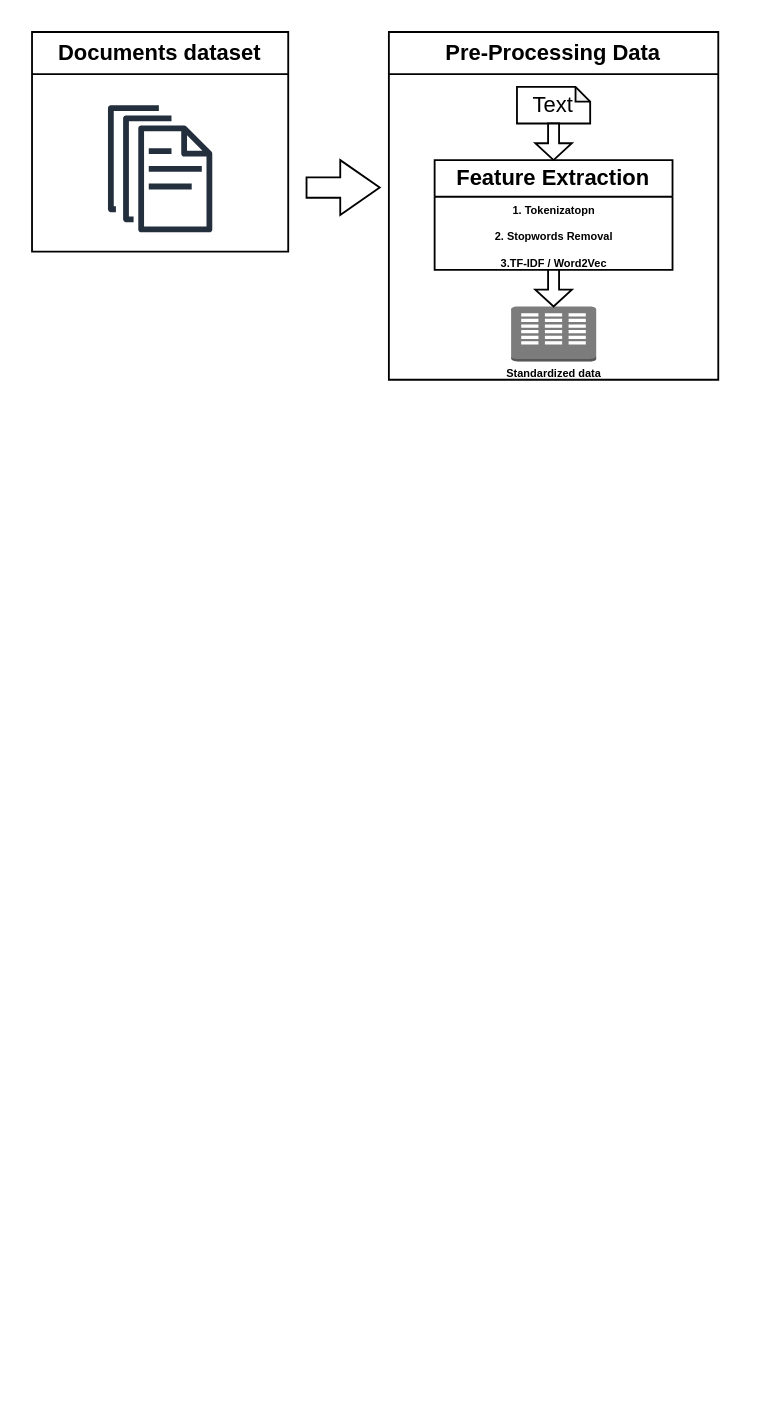
Before: Untitled Diagram.drawio in vikramhankare/Covac, a draw.io diagram. Source tidied: cells renumbered, new cells numbered last; positions are measured from the earlier drawing's top-left corner, leaving out a move shared by most shapes. Both pictures are drawn from the tidied source at 183%, with x=0, y=0 at pixel (31, 31).
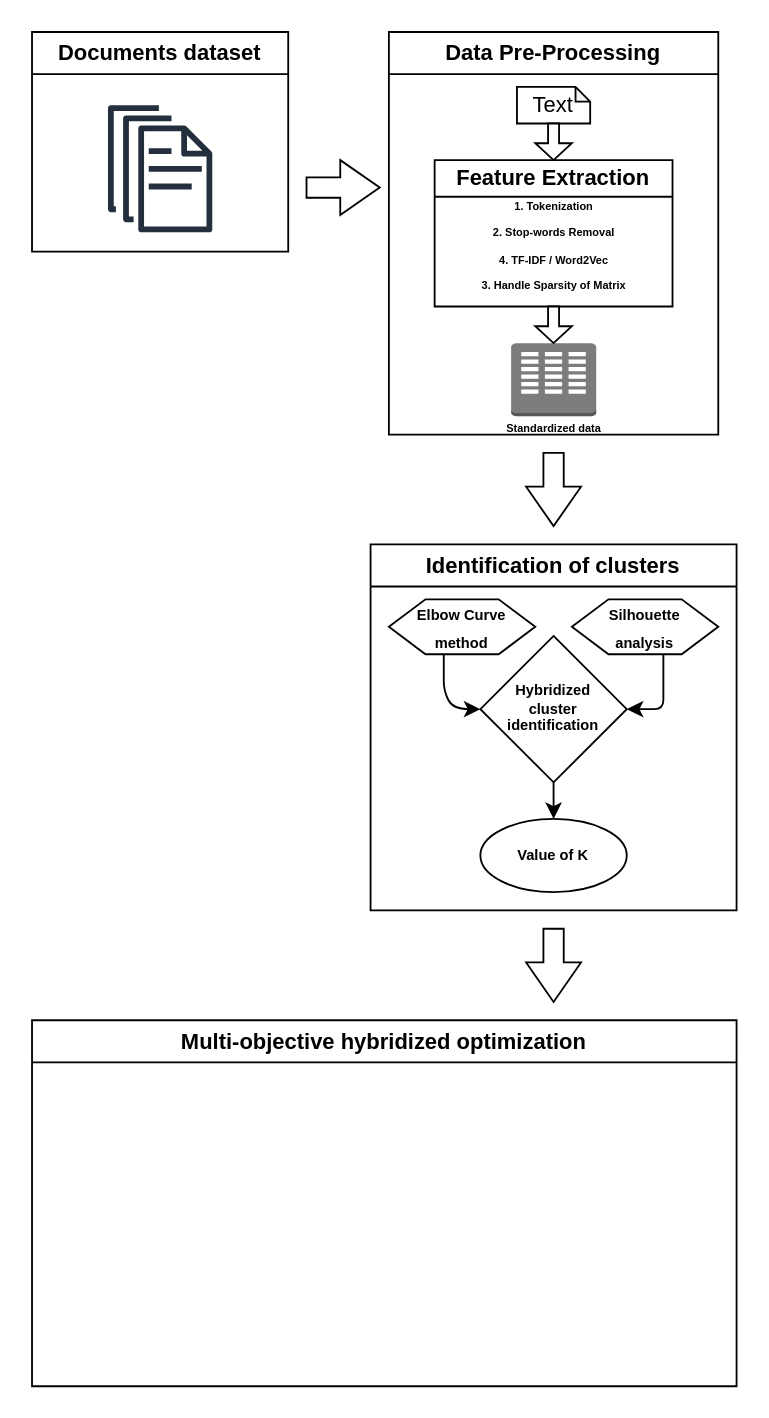
The same diagram, later.

The edit, as a diff of the source:
```diff
@@
-    <mxCell id="4" value="Pre-Processing Data" style="swimlane;whiteSpace=wrap;html=1;" parent="1" vertex="1">
-      <mxGeometry x="195" width="180" height="190" as="geometry" />
+    <mxCell id="4" value="Data Pre-Processing" style="swimlane;whiteSpace=wrap;html=1;" parent="1" vertex="1">
+      <mxGeometry x="195" width="180" height="220" as="geometry" />
     </mxCell>
@@
     <mxCell id="6" value="Feature Extraction" style="swimlane;whiteSpace=wrap;html=1;startSize=20;" parent="4" vertex="1">
-      <mxGeometry x="25" y="70" width="130" height="60" as="geometry" />
+      <mxGeometry x="25" y="70" width="130" height="80" as="geometry" />
     </mxCell>
+    <mxCell id="10" value="&lt;font style=&quot;font-size: 6px;&quot;&gt;&lt;b&gt;1. Tokenization&lt;br&gt;2. Stop-words Removal&lt;br&gt;&lt;/b&gt;&lt;b style=&quot;border-color: var(--border-color);&quot;&gt;4. TF-IDF / Word2Vec&lt;/b&gt;&lt;b&gt;&lt;br&gt;3. Handle Sparsity of Matrix&lt;br&gt;&lt;/b&gt;&lt;/font&gt;" style="text;html=1;align=center;verticalAlign=middle;strokeColor=none;fillColor=none;" parent="6" vertex="1">
+      <mxGeometry x="15" y="10" width="100" height="70" as="geometry" />
+    </mxCell>
@@
     <mxCell id="8" style="dashed=0;verticalLabelPosition=bottom;verticalAlign=top;align=center;html=1;shape=mxgraph.aws3.corporate_data_center;fillColor=#7D7C7C;gradientColor=none;" parent="4" vertex="1">
-      <mxGeometry x="66.8" y="150" width="46.5" height="30" as="geometry" />
+      <mxGeometry x="66.8" y="170" width="46.5" height="40" as="geometry" />
     </mxCell>
     <mxCell id="9" value="&lt;font style=&quot;font-size: 6px;&quot;&gt;&lt;b&gt;Standardized data&lt;/b&gt;&lt;/font&gt;" style="text;html=1;align=center;verticalAlign=middle;strokeColor=none;fillColor=none;" parent="4" vertex="1">
-      <mxGeometry x="50" y="170" width="80" height="30" as="geometry" />
+      <mxGeometry x="50" y="200" width="80" height="30" as="geometry" />
     </mxCell>
-    <mxCell id="10" value="&lt;font style=&quot;font-size: 6px;&quot;&gt;&lt;b&gt;1. Tokenizatopn&lt;br&gt;2. Stopwords Removal&lt;br&gt;3.TF-IDF / Word2Vec&lt;/b&gt;&lt;/font&gt;" style="text;html=1;align=center;verticalAlign=middle;strokeColor=none;fillColor=none;" parent="4" vertex="1">
-      <mxGeometry x="45" y="80" width="90" height="60" as="geometry" />
-    </mxCell>
     <mxCell id="11" style="html=1;shadow=0;dashed=0;align=center;verticalAlign=middle;shape=mxgraph.arrows2.arrow;dy=0.7;dx=9.23;direction=south;notch=0;" parent="4" vertex="1">
-      <mxGeometry x="80" y="130" width="20" height="20" as="geometry" />
+      <mxGeometry x="80" y="150" width="20" height="20" as="geometry" />
     </mxCell>
@@
+    <mxCell id="13" style="html=1;shadow=0;dashed=0;align=center;verticalAlign=middle;shape=mxgraph.arrows2.arrow;dy=0.63;dx=21.57;notch=0;fontSize=6;direction=south;" parent="1" vertex="1">
+      <mxGeometry x="270" y="230" width="30" height="40" as="geometry" />
+    </mxCell>
+    <mxCell id="14" value="Identification of clusters" style="swimlane;whiteSpace=wrap;html=1;" parent="1" vertex="1">
+      <mxGeometry x="185" y="280" width="200" height="200" as="geometry" />
+    </mxCell>
+    <mxCell id="15" value="&lt;font style=&quot;font-size: 8px;&quot;&gt;&lt;b style=&quot;&quot;&gt;Elbow Curve method&lt;/b&gt;&lt;/font&gt;" style="shape=hexagon;perimeter=hexagonPerimeter2;whiteSpace=wrap;html=1;fixedSize=1;" parent="14" vertex="1">
+      <mxGeometry x="10" y="30" width="80" height="30" as="geometry" />
+    </mxCell>
+    <mxCell id="16" value="&lt;b&gt;&lt;font style=&quot;font-size: 8px;&quot;&gt;Silhouette &lt;br&gt;analysis&lt;/font&gt;&lt;/b&gt;" style="shape=hexagon;perimeter=hexagonPerimeter2;whiteSpace=wrap;html=1;fixedSize=1;" parent="14" vertex="1">
+      <mxGeometry x="110" y="30" width="80" height="30" as="geometry" />
+    </mxCell>
+    <mxCell id="17" style="edgeStyle=orthogonalEdgeStyle;rounded=0;jettySize=auto;html=1;exitX=0.5;exitY=1;exitDx=0;exitDy=0;entryX=0.5;entryY=0;entryDx=0;entryDy=0;fontSize=8;" parent="14" edge="1" source="18" target="21">
+      <mxGeometry relative="1" as="geometry" />
+    </mxCell>
+    <mxCell id="18" value="&lt;b&gt;Hybridized &lt;br&gt;cluster identification&lt;/b&gt;" style="rhombus;whiteSpace=wrap;html=1;fontSize=8;" parent="14" vertex="1">
+      <mxGeometry x="60" y="50" width="80" height="80" as="geometry" />
+    </mxCell>
+    <mxCell id="19" style="curved=1;endArrow=classic;html=1;rounded=0;fontSize=8;exitX=0.375;exitY=1;exitDx=0;exitDy=0;" parent="14" edge="1" source="15">
+      <mxGeometry relative="1" as="geometry">
+        <mxPoint x="60" y="90" as="targetPoint" />
+        <Array as="points">
+          <mxPoint x="40" y="70" />
+          <mxPoint x="40" y="80" />
+          <mxPoint x="45" y="90" />
+        </Array>
+      </mxGeometry>
+    </mxCell>
+    <mxCell id="20" style="curved=1;endArrow=classic;html=1;rounded=0;fontSize=8;entryX=1;entryY=0.5;entryDx=0;entryDy=0;exitX=0.625;exitY=1;exitDx=0;exitDy=0;" parent="14" edge="1" source="16" target="18">
+      <mxGeometry relative="1" as="geometry">
+        <Array as="points">
+          <mxPoint x="160" y="80" />
+          <mxPoint x="160" y="90" />
+          <mxPoint x="150" y="90" />
+        </Array>
+      </mxGeometry>
+    </mxCell>
+    <mxCell id="21" value="&lt;b&gt;Value of K&lt;/b&gt;" style="ellipse;whiteSpace=wrap;html=1;fontSize=8;" parent="14" vertex="1">
+      <mxGeometry x="60" y="150" width="80" height="40" as="geometry" />
+    </mxCell>
+    <mxCell id="22" value="&lt;font style=&quot;font-size: 12px;&quot;&gt;Multi-objective hybridized optimization&lt;/font&gt;" style="swimlane;whiteSpace=wrap;html=1;fontSize=8;" parent="1" vertex="1">
+      <mxGeometry y="540" width="385" height="200" as="geometry" />
+    </mxCell>
+    <mxCell id="23" style="html=1;shadow=0;dashed=0;align=center;verticalAlign=middle;shape=mxgraph.arrows2.arrow;dy=0.63;dx=21.57;notch=0;fontSize=6;direction=south;" parent="1" vertex="1">
+      <mxGeometry x="270" y="490" width="30" height="40" as="geometry" />
+    </mxCell>
```
